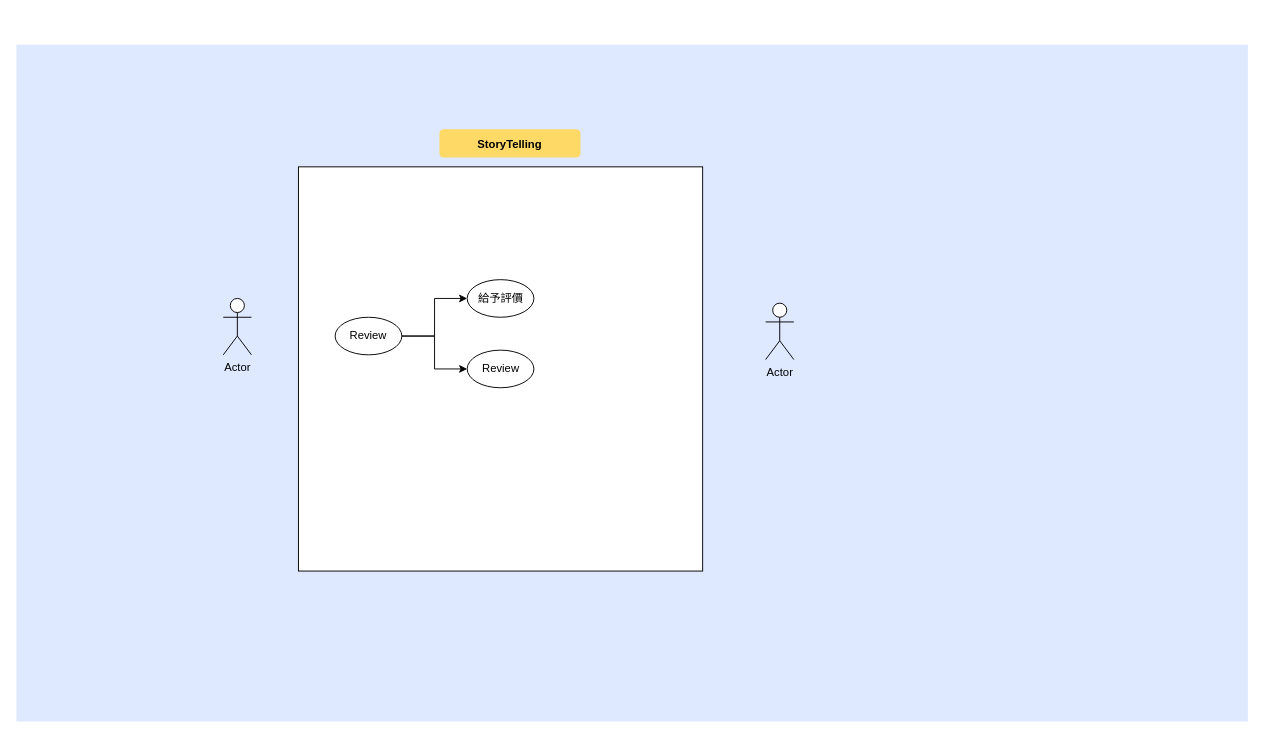
Before: page "use case" (2 of 2) of Untitled Diagram.drawio in chewwwyong/dosomethingexcel, a draw.io diagram. Source tidied: cells renumbered, new cells numbered last; positions are measured from the earlier drawing's top-left corner, leaving out a move shared by most shapes. Both pictures are drawn from the tidied source at 94%, with x=0, y=0 at pixel (16, 44).
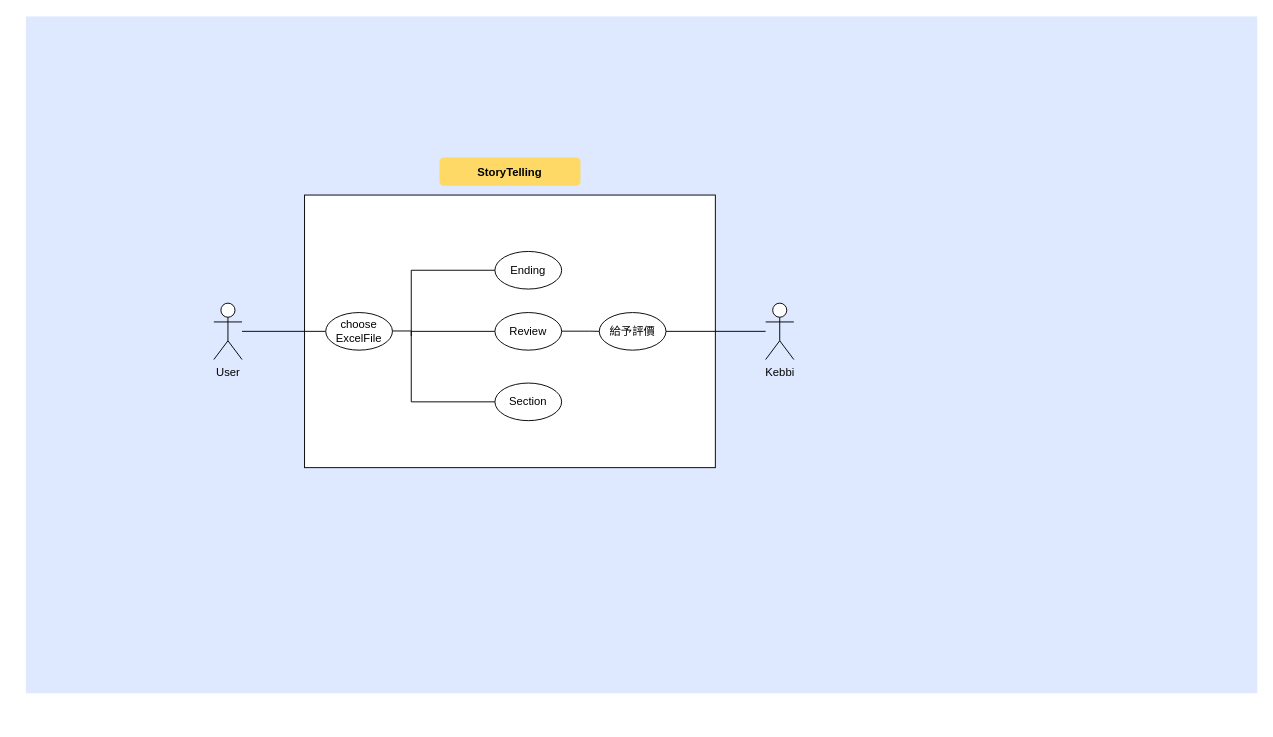
The same diagram, later.

Diff of the diagram source:
```diff
@@
     <mxCell id="2" style="fillColor=#DEE8FF;strokeColor=none;" parent="1" vertex="1">
-      <mxGeometry width="1310" height="720" as="geometry" />
+      <mxGeometry x="10" y="-30" width="1310" height="720" as="geometry" />
     </mxCell>
     <mxCell id="3" value="StoryTelling" style="rounded=1;fontStyle=1;fillColor=#FFD966;strokeColor=none;" parent="1" vertex="1">
-      <mxGeometry x="450" y="90" width="150" height="30" as="geometry" />
+      <mxGeometry x="450" y="120" width="150" height="30" as="geometry" />
     </mxCell>
     <mxCell id="4" style="rounded=0;whiteSpace=wrap;html=1;strokeColor=#000000;" parent="1" vertex="1">
-      <mxGeometry x="300" y="130" width="430" height="430" as="geometry" />
+      <mxGeometry x="306.5" y="160" width="437" height="290" as="geometry" />
     </mxCell>
+    <mxCell id="12" style="edgeStyle=orthogonalEdgeStyle;rounded=0;jettySize=auto;html=1;endArrow=none;endFill=0;" parent="1" edge="1" target="9">
+      <mxGeometry relative="1" as="geometry">
+        <mxPoint x="420" y="310" as="sourcePoint" />
+        <Array as="points">
+          <mxPoint x="420" y="305" />
+        </Array>
+      </mxGeometry>
+    </mxCell>
-    <mxCell id="5" value="Actor" style="shape=umlActor;verticalLabelPosition=bottom;verticalAlign=top;html=1;strokeColor=#000000;" parent="1" vertex="1">
-      <mxGeometry x="220" y="270" width="30" height="60" as="geometry" />
+    <mxCell id="5" value="User" style="shape=umlActor;verticalLabelPosition=bottom;verticalAlign=top;html=1;strokeColor=#000000;" parent="1" vertex="1">
+      <mxGeometry x="210" y="275" width="30" height="60" as="geometry" />
     </mxCell>
-    <mxCell id="6" value="Actor" style="shape=umlActor;verticalLabelPosition=bottom;verticalAlign=top;html=1;outlineConnect=0;strokeColor=#000000;" parent="1" vertex="1">
+    <mxCell id="6" value="Kebbi" style="shape=umlActor;verticalLabelPosition=bottom;verticalAlign=top;html=1;outlineConnect=0;strokeColor=#000000;" parent="1" vertex="1">
       <mxGeometry x="797" y="275" width="30" height="60" as="geometry" />
     </mxCell>
-    <mxCell id="7" style="edgeStyle=orthogonalEdgeStyle;rounded=0;jettySize=auto;html=1;" parent="1" edge="1" source="9" target="11">
-      <mxGeometry relative="1" as="geometry" />
-    </mxCell>
-    <mxCell id="8" style="edgeStyle=orthogonalEdgeStyle;rounded=0;jettySize=auto;html=1;" parent="1" edge="1" source="9" target="10">
-      <mxGeometry relative="1" as="geometry" />
-    </mxCell>
     <mxCell id="9" value="Review" style="ellipse;whiteSpace=wrap;html=1;strokeColor=#000000;" parent="1" vertex="1">
-      <mxGeometry x="339" y="290" width="71" height="40" as="geometry" />
+      <mxGeometry x="509" y="285" width="71" height="40" as="geometry" />
     </mxCell>
     <mxCell id="10" value="給予評價" style="ellipse;whiteSpace=wrap;html=1;strokeColor=#000000;" parent="1" vertex="1">
-      <mxGeometry x="479.5" y="250" width="71" height="40" as="geometry" />
+      <mxGeometry x="620" y="285" width="71" height="40" as="geometry" />
     </mxCell>
-    <mxCell id="11" value="Review" style="ellipse;whiteSpace=wrap;html=1;strokeColor=#000000;" parent="1" vertex="1">
-      <mxGeometry x="479.5" y="325" width="71" height="40" as="geometry" />
-    </mxCell>
+    <mxCell id="13" style="edgeStyle=orthogonalEdgeStyle;rounded=0;jettySize=auto;html=1;endArrow=none;endFill=0;" parent="1" edge="1" target="14">
+      <mxGeometry relative="1" as="geometry">
+        <mxPoint x="420" y="310" as="sourcePoint" />
+        <Array as="points">
+          <mxPoint x="420" y="380" />
+        </Array>
+      </mxGeometry>
+    </mxCell>
+    <mxCell id="14" value="Section" style="ellipse;whiteSpace=wrap;html=1;strokeColor=#000000;" parent="1" vertex="1">
+      <mxGeometry x="509" y="360" width="71" height="40" as="geometry" />
+    </mxCell>
+    <mxCell id="15" value="Ending" style="ellipse;whiteSpace=wrap;html=1;strokeColor=#000000;" parent="1" vertex="1">
+      <mxGeometry x="509" y="220" width="71" height="40" as="geometry" />
+    </mxCell>
+    <mxCell id="16" style="edgeStyle=orthogonalEdgeStyle;rounded=0;orthogonalLoop=1;jettySize=auto;html=1;endArrow=none;endFill=0;" parent="1" edge="1">
+      <mxGeometry relative="1" as="geometry">
+        <mxPoint x="420" y="310" as="sourcePoint" />
+        <mxPoint x="509" y="240" as="targetPoint" />
+        <Array as="points">
+          <mxPoint x="420" y="240" />
+        </Array>
+      </mxGeometry>
+    </mxCell>
+    <mxCell id="17" style="edgeStyle=orthogonalEdgeStyle;rounded=0;jettySize=auto;html=1;endArrow=none;endFill=0;" parent="1" edge="1" target="18">
+      <mxGeometry relative="1" as="geometry">
+        <mxPoint x="240" y="305" as="sourcePoint" />
+        <Array as="points">
+          <mxPoint x="240" y="305" />
+        </Array>
+      </mxGeometry>
+    </mxCell>
+    <mxCell id="18" value="choose&lt;br&gt;ExcelFile" style="ellipse;whiteSpace=wrap;html=1;strokeColor=#000000;" parent="1" vertex="1">
+      <mxGeometry x="329" y="285" width="71" height="40" as="geometry" />
+    </mxCell>
+    <mxCell id="19" style="edgeStyle=orthogonalEdgeStyle;rounded=0;orthogonalLoop=1;jettySize=auto;html=1;endArrow=none;endFill=0;" parent="1" edge="1">
+      <mxGeometry relative="1" as="geometry">
+        <mxPoint x="400" y="304.6" as="sourcePoint" />
+        <mxPoint x="420" y="304.8" as="targetPoint" />
+      </mxGeometry>
+    </mxCell>
+    <mxCell id="20" style="edgeStyle=orthogonalEdgeStyle;rounded=0;orthogonalLoop=1;jettySize=auto;html=1;endArrow=none;endFill=0;" parent="1" edge="1">
+      <mxGeometry relative="1" as="geometry">
+        <mxPoint x="580" y="304.8" as="sourcePoint" />
+        <mxPoint x="620" y="305" as="targetPoint" />
+        <Array as="points">
+          <mxPoint x="610" y="305" />
+          <mxPoint x="610" y="305" />
+        </Array>
+      </mxGeometry>
+    </mxCell>
+    <mxCell id="21" style="edgeStyle=orthogonalEdgeStyle;rounded=0;jettySize=auto;html=1;endArrow=none;endFill=0;" parent="1" edge="1" target="6">
+      <mxGeometry relative="1" as="geometry">
+        <mxPoint x="691" y="305" as="sourcePoint" />
+        <Array as="points">
+          <mxPoint x="691" y="305" />
+        </Array>
+      </mxGeometry>
+    </mxCell>
```
